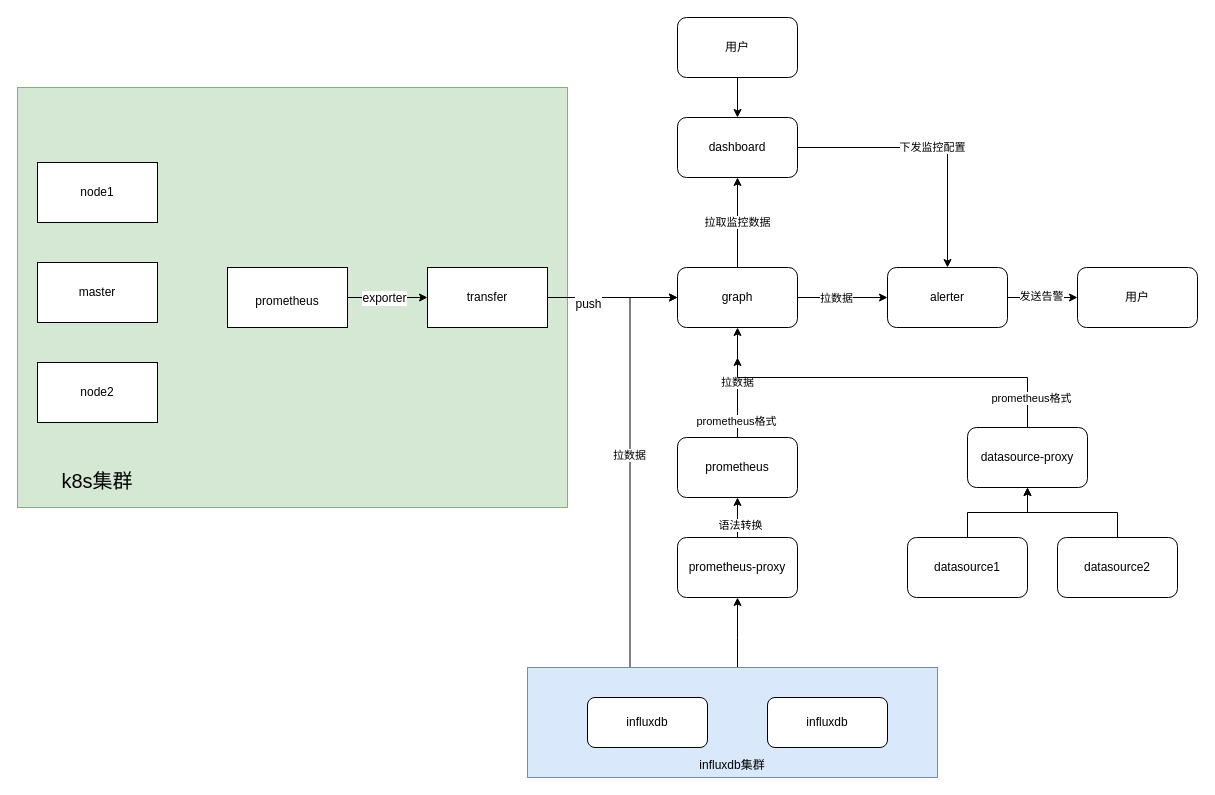
wupei-w/diagrams keeps this draw.io diagram as polaris.drawio. Above is the earlier version. Source tidied: cells renumbered, new cells numbered last; positions are measured from the earlier drawing's top-left corner, leaving out a move shared by most shapes. Both pictures are drawn from the tidied source at 100%, with x=0, y=0 at pixel (17, 17).
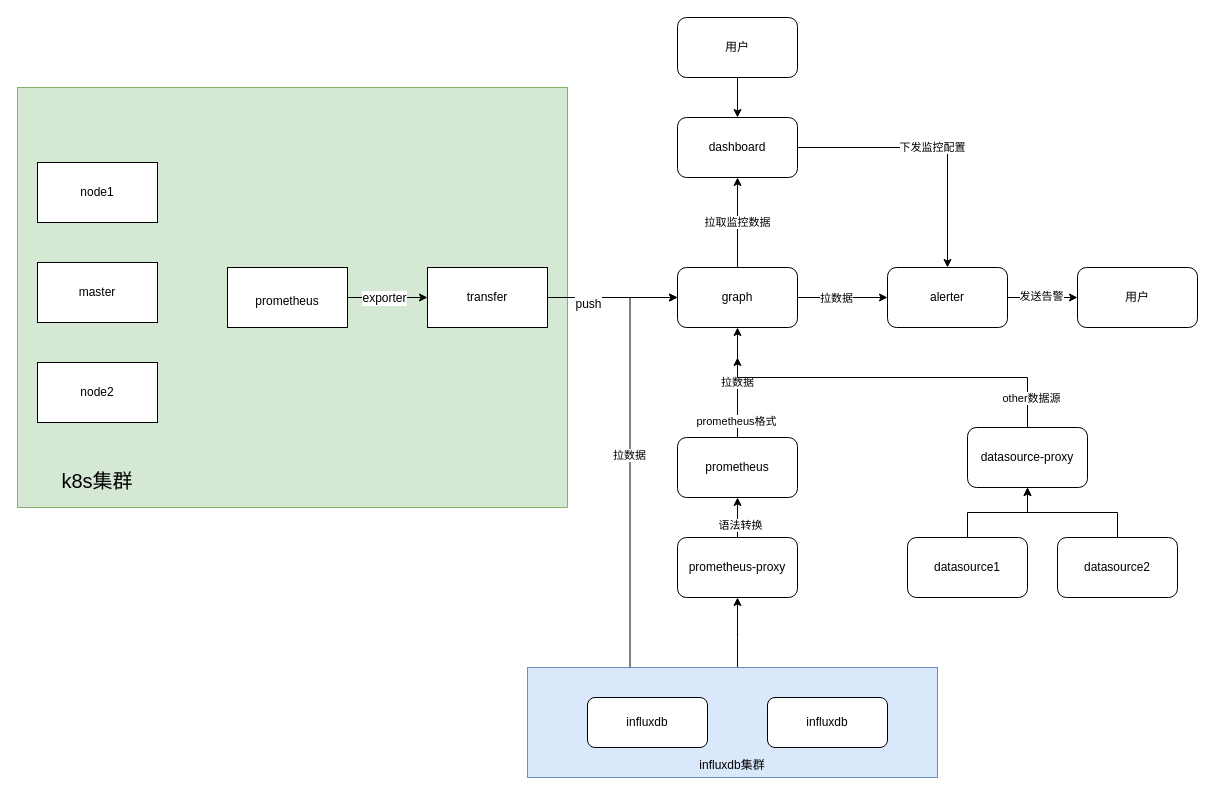
Above is the later version.

Unchanged cells that the change refers to:
```xml
<mxCell id="31" style="edgeStyle=orthogonalEdgeStyle;rounded=0;jettySize=auto;html=1;" parent="1" edge="1" source="33">
  <mxGeometry relative="1" as="geometry">
    <mxPoint x="720" y="340" as="targetPoint" />
    <Array as="points">
      <mxPoint x="1010" y="360" />
      <mxPoint x="720" y="360" />
    </Array>
  </mxGeometry>
</mxCell>
```

Diff of the diagram source:
```diff
@@
-    <mxCell id="32" value="prometheus格式" style="edgeLabel;html=1;align=center;verticalAlign=middle;" parent="31" vertex="1">
+    <mxCell id="32" value="other数据源" style="edgeLabel;html=1;align=center;verticalAlign=middle;" parent="31" vertex="1">
       <mxGeometry x="-0.84" y="-3" relative="1" as="geometry">
         <mxPoint y="-1" as="offset" />
       </mxGeometry>
     </mxCell>
```
